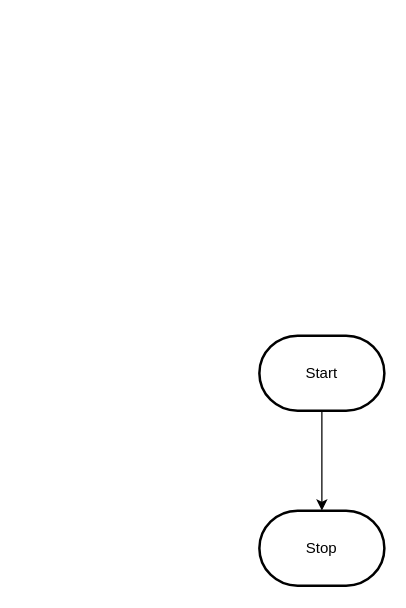
The draw.io diagram design/flowchart.drawio in MTHS-ICS2O-2-2022/ICS2O-Unit-3-04-Mohamad-Tanbari, before the edit. Source tidied: cells renumbered, new cells numbered last; positions are measured from the earlier drawing's top-left corner, leaving out a move shared by most shapes. Both pictures are drawn from the tidied source at 125%, with x=0, y=0 at pixel (259, 335).
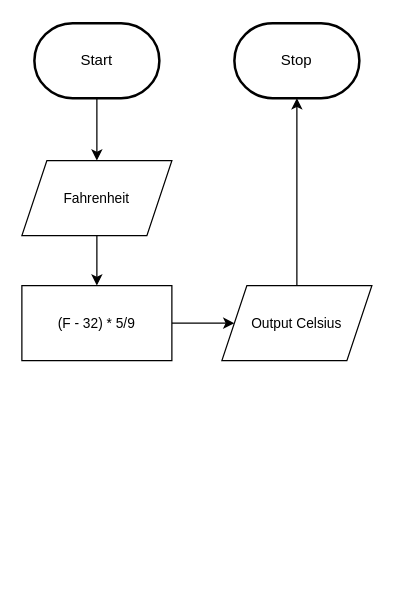
The same page after the edit.

Diff of the diagram source:
```diff
@@
 <mxGraphModel>
   <root>
     <mxCell id="0" />
     <mxCell id="1" parent="0" />
-    <mxCell id="2" style="edgeStyle=orthogonalEdgeStyle;html=1;rounded=0;" parent="1" edge="1" source="3" target="4">
-      <mxGeometry relative="1" as="geometry" />
-    </mxCell>
+    <mxCell id="5" style="edgeStyle=orthogonalEdgeStyle;shape=connector;rounded=0;html=1;entryX=0.5;entryY=0;entryDx=0;entryDy=0;labelBackgroundColor=default;strokeColor=default;fontFamily=Helvetica;fontSize=11;fontColor=default;endArrow=classic;" parent="1" edge="1" source="3" target="2">
+      <mxGeometry relative="1" as="geometry" />
+    </mxCell>
     <mxCell id="3" value="Start" style="strokeWidth=2;html=1;shape=mxgraph.flowchart.terminator;whiteSpace=wrap;" parent="1" vertex="1">
-      <mxGeometry width="100" height="60" as="geometry" />
+      <mxGeometry x="-180" y="-250" width="100" height="60" as="geometry" />
     </mxCell>
     <mxCell id="4" value="Stop" style="strokeWidth=2;html=1;shape=mxgraph.flowchart.terminator;whiteSpace=wrap;" parent="1" vertex="1">
-      <mxGeometry y="140" width="100" height="60" as="geometry" />
+      <mxGeometry x="-20" y="-250" width="100" height="60" as="geometry" />
     </mxCell>
+    <mxCell id="6" style="edgeStyle=orthogonalEdgeStyle;shape=connector;rounded=0;html=1;labelBackgroundColor=default;strokeColor=default;fontFamily=Helvetica;fontSize=11;fontColor=default;endArrow=classic;" parent="1" edge="1" source="2">
+      <mxGeometry relative="1" as="geometry">
+        <mxPoint x="-130" y="-40" as="targetPoint" />
+      </mxGeometry>
+    </mxCell>
+    <mxCell id="2" value="Fahrenheit" style="shape=parallelogram;perimeter=parallelogramPerimeter;whiteSpace=wrap;html=1;fixedSize=1;fontFamily=Helvetica;fontSize=11;fontColor=default;" parent="1" vertex="1">
+      <mxGeometry x="-190" y="-140" width="120" height="60" as="geometry" />
+    </mxCell>
+    <mxCell id="7" style="edgeStyle=orthogonalEdgeStyle;shape=connector;rounded=0;html=1;labelBackgroundColor=default;strokeColor=default;fontFamily=Helvetica;fontSize=11;fontColor=default;endArrow=classic;" parent="1" edge="1" source="8" target="10">
+      <mxGeometry relative="1" as="geometry" />
+    </mxCell>
+    <mxCell id="8" value="(F - 32) * 5/9" style="rounded=0;whiteSpace=wrap;html=1;fontFamily=Helvetica;fontSize=11;fontColor=default;" parent="1" vertex="1">
+      <mxGeometry x="-190" y="-40" width="120" height="60" as="geometry" />
+    </mxCell>
+    <mxCell id="9" style="edgeStyle=orthogonalEdgeStyle;shape=connector;rounded=0;html=1;labelBackgroundColor=default;strokeColor=default;fontFamily=Helvetica;fontSize=11;fontColor=default;endArrow=classic;entryX=0.5;entryY=1;entryDx=0;entryDy=0;entryPerimeter=0;" parent="1" edge="1" source="10" target="4">
+      <mxGeometry relative="1" as="geometry" />
+    </mxCell>
+    <mxCell id="10" value="Output Celsius" style="shape=parallelogram;perimeter=parallelogramPerimeter;whiteSpace=wrap;html=1;fixedSize=1;fontFamily=Helvetica;fontSize=11;fontColor=default;" parent="1" vertex="1">
+      <mxGeometry x="-30" y="-40" width="120" height="60" as="geometry" />
+    </mxCell>
   </root>
 </mxGraphModel>
```
